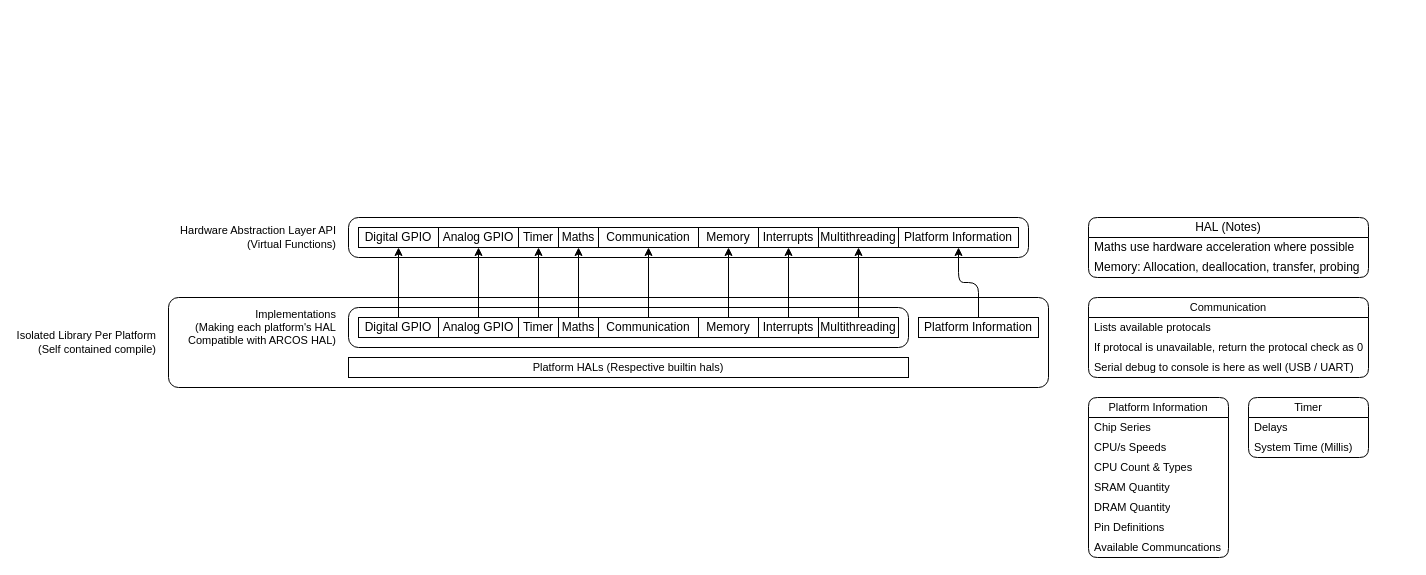
This is Documentation/ARCOS Library Structure.drawio from XCR1793/ARCOS, a draw.io file, before an edit. Source tidied: cells renumbered, new cells numbered last; positions are measured from the earlier drawing's top-left corner, leaving out a move shared by most shapes. Both pictures are drawn from the tidied source at 100%, with x=0, y=0 at pixel (168, 217).
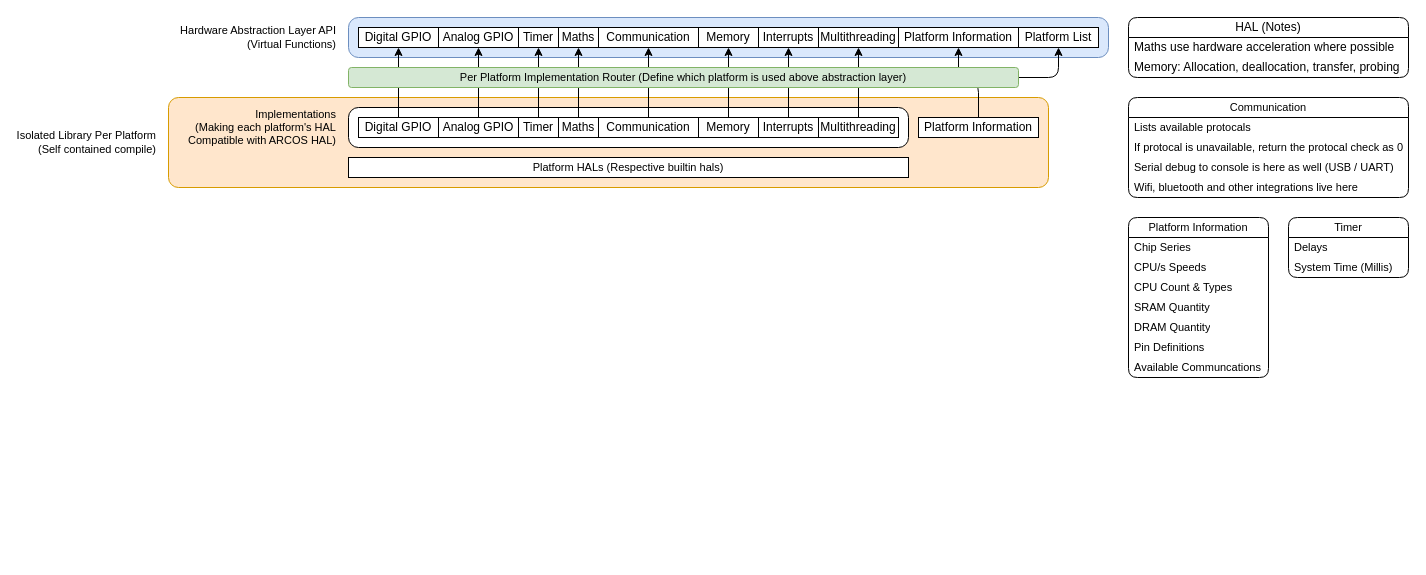
The same diagram, later.

Commit message:
Added Router to HAL

Diff of the diagram source:
```diff
@@
-    <mxCell id="2" value="Hardware Abstraction Layer API&lt;div&gt;(Virtual Functions)&lt;/div&gt;" style="rounded=1;whiteSpace=wrap;html=1;fontFamily=Helvetica;fontSize=11;fontColor=default;labelBackgroundColor=default;absoluteArcSize=1;labelPosition=left;verticalLabelPosition=middle;align=right;verticalAlign=middle;spacingLeft=0;spacingRight=10;" parent="1" vertex="1">
-      <mxGeometry x="180" width="680" height="40" as="geometry" />
+    <mxCell id="2" value="Hardware Abstraction Layer API&lt;div&gt;(Virtual Functions)&lt;/div&gt;" style="rounded=1;whiteSpace=wrap;html=1;fontFamily=Helvetica;fontSize=11;labelBackgroundColor=default;absoluteArcSize=1;labelPosition=left;verticalLabelPosition=middle;align=right;verticalAlign=middle;spacingLeft=0;spacingRight=10;fillColor=#dae8fc;strokeColor=#6c8ebf;" parent="1" vertex="1">
+      <mxGeometry x="180" y="-200" width="760" height="40" as="geometry" />
     </mxCell>
@@
+    <mxCell id="51" value="Platform List" style="rounded=0;whiteSpace=wrap;html=1;" parent="2" vertex="1">
+      <mxGeometry x="670" y="10" width="80" height="20" as="geometry" />
+    </mxCell>
     <mxCell id="12" value="HAL (Notes)" style="swimlane;fontStyle=0;horizontal=1;startSize=20;whiteSpace=wrap;html=1;rounded=1;" parent="1" vertex="1">
-      <mxGeometry x="920" width="280" height="60" as="geometry" />
+      <mxGeometry x="960" y="-200" width="280" height="60" as="geometry" />
     </mxCell>
@@
-    <mxCell id="15" value="Isolated Library Per Platform&lt;div&gt;(Self contained compile)&lt;/div&gt;" style="rounded=1;whiteSpace=wrap;html=1;fontFamily=Helvetica;fontSize=11;fontColor=default;labelBackgroundColor=default;absoluteArcSize=1;align=right;labelPosition=left;verticalLabelPosition=middle;verticalAlign=middle;spacingRight=10;" parent="1" vertex="1">
-      <mxGeometry y="80" width="880" height="90" as="geometry" />
+    <mxCell id="15" value="Isolated Library Per Platform&lt;div&gt;(Self contained compile)&lt;/div&gt;" style="rounded=1;whiteSpace=wrap;html=1;fontFamily=Helvetica;fontSize=11;labelBackgroundColor=none;absoluteArcSize=1;align=right;labelPosition=left;verticalLabelPosition=middle;verticalAlign=middle;spacingRight=10;fillColor=#ffe6cc;strokeColor=#d79b00;" parent="1" vertex="1">
+      <mxGeometry y="-120" width="880" height="90" as="geometry" />
     </mxCell>
-    <mxCell id="16" value="Implementations&lt;div&gt;(Making each platform's HAL&lt;/div&gt;&lt;div&gt;Compatible with ARCOS HAL)&lt;/div&gt;" style="rounded=1;whiteSpace=wrap;html=1;fontFamily=Helvetica;fontSize=11;fontColor=default;labelBackgroundColor=default;absoluteArcSize=1;labelPosition=left;verticalLabelPosition=middle;align=right;verticalAlign=middle;spacingLeft=0;spacingRight=10;" parent="15" vertex="1">
+    <mxCell id="16" value="Implementations&lt;div&gt;(Making each platform's HAL&lt;/div&gt;&lt;div&gt;Compatible with ARCOS HAL)&lt;/div&gt;" style="rounded=1;whiteSpace=wrap;html=1;fontFamily=Helvetica;fontSize=11;fontColor=default;labelBackgroundColor=none;absoluteArcSize=1;labelPosition=left;verticalLabelPosition=middle;align=right;verticalAlign=middle;spacingLeft=0;spacingRight=10;" parent="15" vertex="1">
       <mxGeometry x="180" y="10" width="560" height="40" as="geometry" />
     </mxCell>
@@
     <mxCell id="36" value="Platform Information" style="swimlane;fontStyle=0;horizontal=1;startSize=20;whiteSpace=wrap;html=1;rounded=1;fontFamily=Helvetica;fontSize=11;fontColor=default;labelBackgroundColor=default;" parent="1" vertex="1">
-      <mxGeometry x="920" y="180" width="140" height="160" as="geometry" />
+      <mxGeometry x="960" width="140" height="160" as="geometry" />
     </mxCell>
@@
     <mxCell id="44" value="Communication" style="swimlane;fontStyle=0;horizontal=1;startSize=20;whiteSpace=wrap;html=1;rounded=1;fontFamily=Helvetica;fontSize=11;fontColor=default;labelBackgroundColor=default;" parent="1" vertex="1">
-      <mxGeometry x="920" y="80" width="280" height="80" as="geometry" />
+      <mxGeometry x="960" y="-120" width="280" height="100" as="geometry" />
     </mxCell>
@@
+    <mxCell id="52" value="Wifi, bluetooth and other integrations live here" style="text;strokeColor=none;fillColor=none;align=left;verticalAlign=middle;spacingLeft=4;spacingRight=4;overflow=hidden;whiteSpace=wrap;html=1;fontFamily=Helvetica;fontSize=11;fontColor=default;labelBackgroundColor=default;" parent="44" vertex="1">
+      <mxGeometry y="80" width="280" height="20" as="geometry" />
+    </mxCell>
     <mxCell id="48" value="Timer" style="swimlane;fontStyle=0;horizontal=1;startSize=20;whiteSpace=wrap;html=1;rounded=1;fontFamily=Helvetica;fontSize=11;fontColor=default;labelBackgroundColor=default;" parent="1" vertex="1">
-      <mxGeometry x="1080" y="180" width="120" height="60" as="geometry" />
+      <mxGeometry x="1120" width="120" height="60" as="geometry" />
     </mxCell>
@@
+    <mxCell id="53" style="edgeStyle=orthogonalEdgeStyle;shape=connector;curved=0;rounded=1;jettySize=auto;html=1;exitX=1;exitY=0.5;exitDx=0;exitDy=0;entryX=0.5;entryY=1;entryDx=0;entryDy=0;strokeColor=default;align=center;verticalAlign=middle;fontFamily=Helvetica;fontSize=11;fontColor=default;labelBackgroundColor=default;endArrow=classic;" parent="1" edge="1" source="54" target="51">
+      <mxGeometry relative="1" as="geometry" />
+    </mxCell>
+    <mxCell id="54" value="Per Platform Implementation Router (Define which platform is used above abstraction layer)" style="rounded=1;whiteSpace=wrap;html=1;fontFamily=Helvetica;fontSize=11;labelBackgroundColor=none;fillColor=#d5e8d4;strokeColor=#82b366;" parent="1" vertex="1">
+      <mxGeometry x="180" y="-150" width="670" height="20" as="geometry" />
+    </mxCell>
```
